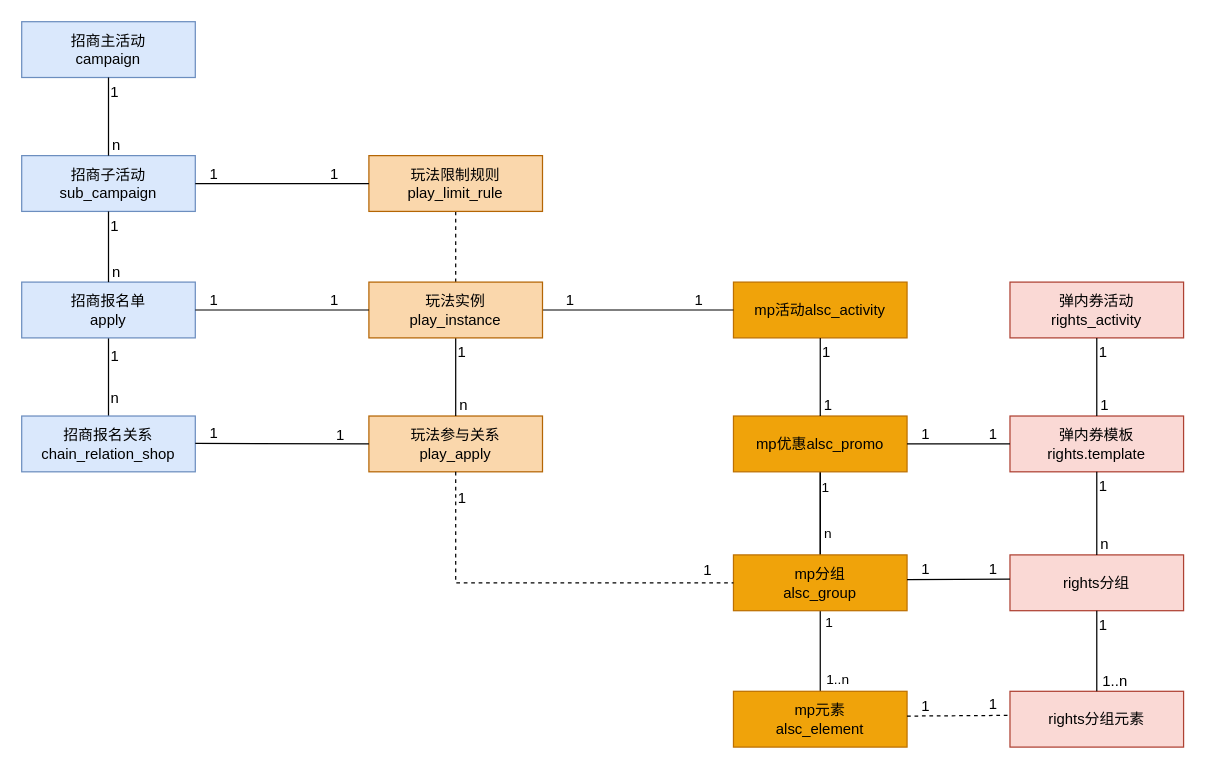
Before: page "模型-爆红包" (1 of 3) of 超会爆红包融合.drawio in jon-kong/draw.io, a draw.io diagram. Source tidied: cells renumbered, new cells numbered last; positions are measured from the earlier drawing's top-left corner, leaving out a move shared by most shapes. Both pictures are drawn from the tidied source at 124%, with x=0, y=0 at pixel (21, 21).
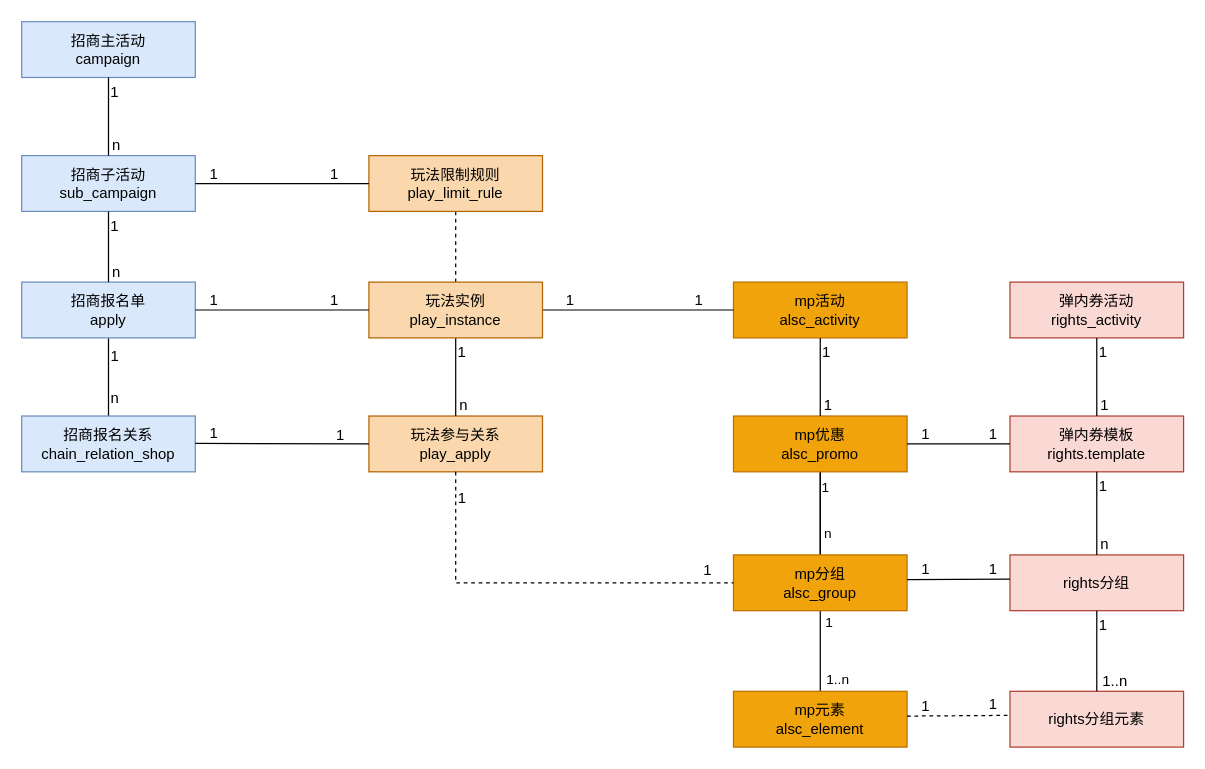
After the change.

The edit, as a diff of the source:
```diff
@@
-    <mxCell id="2" value="mp活动alsc_activity" style="rounded=0;whiteSpace=wrap;html=1;fillColor=#f0a30a;fontColor=#000000;strokeColor=#BD7000;" parent="1" vertex="1">
+    <mxCell id="2" value="mp活动&lt;br&gt;alsc_activity" style="rounded=0;whiteSpace=wrap;html=1;fillColor=#f0a30a;fontColor=#000000;strokeColor=#BD7000;" parent="1" vertex="1">
       <mxGeometry x="574" y="210" width="140" height="45" as="geometry" />
     </mxCell>
@@
-    <mxCell id="7" value="mp优惠alsc_promo" style="rounded=0;whiteSpace=wrap;html=1;fillColor=#f0a30a;fontColor=#000000;strokeColor=#BD7000;" parent="1" vertex="1">
+    <mxCell id="7" value="mp优惠&lt;br&gt;alsc_promo" style="rounded=0;whiteSpace=wrap;html=1;fillColor=#f0a30a;fontColor=#000000;strokeColor=#BD7000;" parent="1" vertex="1">
       <mxGeometry x="574" y="318" width="140" height="45" as="geometry" />
     </mxCell>
```
